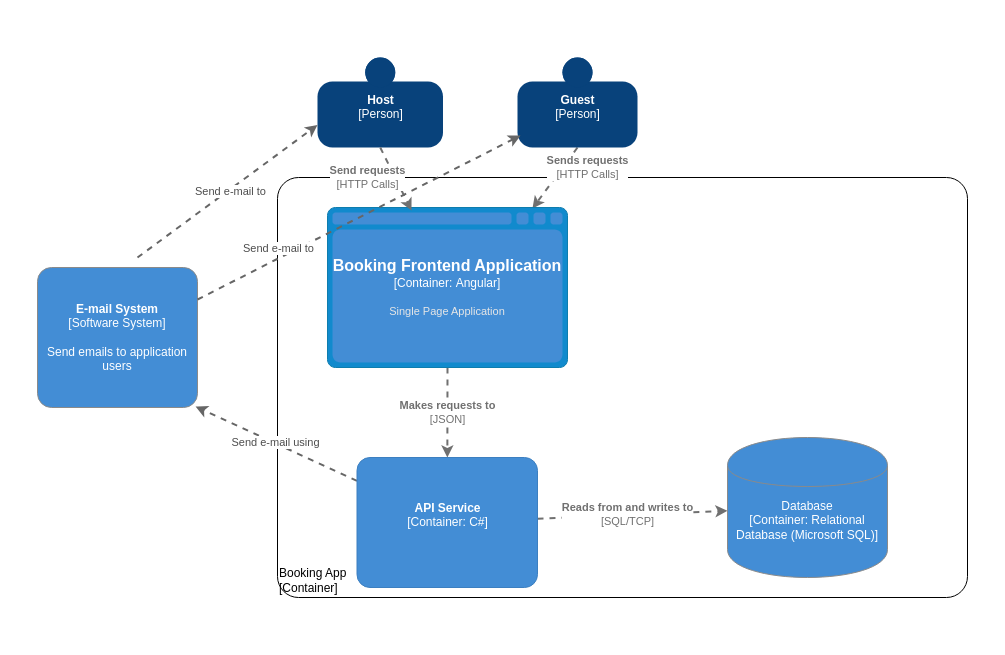
This is page "C4 Container" (2 of 5) of c4 diagram.drawio from djordjekrsmanovic/modular_monolith, a draw.io file, before an edit. Source tidied: cells renumbered, new cells numbered last; positions are measured from the earlier drawing's top-left corner, leaving out a move shared by most shapes. Both pictures are drawn from the tidied source at 100%, with x=0, y=0 at pixel (37, 57).
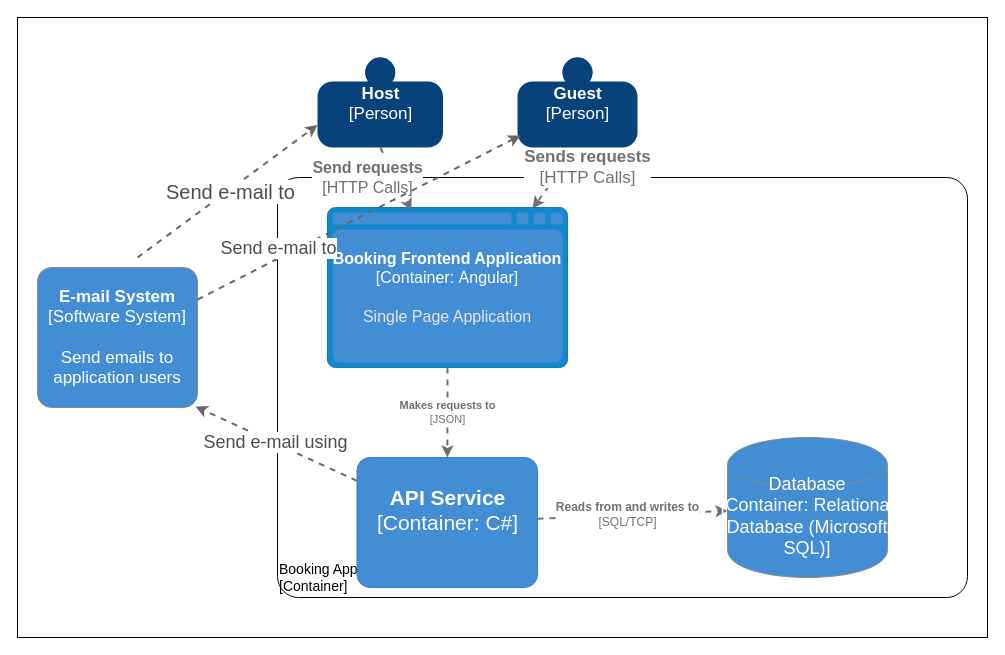
After the change.

Unchanged cells that the change refers to:
```xml
<mxCell id="3" style="edgeStyle=none;rounded=0;jettySize=auto;html=1;dashed=1;strokeColor=#666666;strokeWidth=2;fillColor=#f5f5f5;entryX=0.988;entryY=0.993;entryDx=0;entryDy=0;entryPerimeter=0;" parent="1" edge="1" source="9" target="14">
  <mxGeometry relative="1" as="geometry" />
</mxCell>
<mxCell id="15" style="edgeStyle=none;rounded=0;jettySize=auto;html=1;dashed=1;strokeColor=#666666;strokeWidth=2;fillColor=#f5f5f5;entryX=0;entryY=0.75;entryDx=0;entryDy=0;entryPerimeter=0;" parent="1" edge="1" target="10">
  <mxGeometry relative="1" as="geometry">
    <mxPoint x="100" y="200" as="sourcePoint" />
  </mxGeometry>
</mxCell>
<mxCell id="17" style="edgeStyle=none;rounded=0;jettySize=auto;html=1;dashed=1;strokeColor=#666666;strokeWidth=2;fillColor=#f5f5f5;entryX=0.025;entryY=0.867;entryDx=0;entryDy=0;entryPerimeter=0;" parent="1" edge="1" target="11">
  <mxGeometry relative="1" as="geometry">
    <mxPoint x="160" y="242" as="sourcePoint" />
  </mxGeometry>
</mxCell>
```

The edit, as a diff of the source:
```diff
@@
+    <mxCell id="19" style="rounded=0;whiteSpace=wrap;html=1;" parent="1" vertex="1">
+      <mxGeometry x="-20" y="-40" width="970" height="620" as="geometry" />
+    </mxCell>
-    <object id="2" label="&lt;div style=&quot;text-align: left&quot;&gt;%c4Name%&lt;/div&gt;&lt;div style=&quot;text-align: left&quot;&gt;[%c4Application%]&lt;/div&gt;" c4Application="Container" c4Name="Booking App" placeholders="1">
-      <mxCell style="rounded=1;whiteSpace=wrap;html=1;labelBackgroundColor=none;fillColor=#ffffff;fontColor=#000000;align=left;arcSize=5;strokeColor=#000000;verticalAlign=bottom;metaData={&quot;c4Type&quot;:{&quot;editable&quot;:false}};" parent="1" vertex="1">
+    <object id="2" label="&lt;div style=&quot;text-align: left; font-size: 14px;&quot;&gt;%c4Name%&lt;/div&gt;&lt;div style=&quot;text-align: left; font-size: 14px;&quot;&gt;[%c4Application%]&lt;/div&gt;" c4Application="Container" c4Name="Booking App" placeholders="1">
+      <mxCell style="rounded=1;whiteSpace=wrap;html=1;labelBackgroundColor=none;fillColor=#ffffff;fontColor=#000000;align=left;arcSize=5;strokeColor=#000000;verticalAlign=bottom;metaData={&quot;c4Type&quot;:{&quot;editable&quot;:false}};fontSize=14;" parent="1" vertex="1">
         <mxGeometry x="240" y="120" width="690" height="420" as="geometry" />
       </mxCell>
     </object>
@@
-    <mxCell id="4" value="Send e-mail using" style="edgeLabel;html=1;align=center;verticalAlign=middle;fontColor=#4D4D4D;" parent="3" vertex="1">
+    <mxCell id="4" value="Send e-mail using" style="edgeLabel;html=1;align=center;verticalAlign=middle;fontColor=#4D4D4D;fontSize=18;" parent="3" vertex="1">
       <mxGeometry x="0.02" y="-1" relative="1" as="geometry" />
     </mxCell>
-    <object id="5" label="&lt;div style=&quot;text-align: left&quot;&gt;&lt;div style=&quot;text-align: center&quot;&gt;&lt;b&gt;%c4Description%&lt;/b&gt;&lt;/div&gt;&lt;div style=&quot;text-align: center&quot;&gt;[%c4Technology%]&lt;/div&gt;&lt;/div&gt;" c4Description="Reads from and writes to" c4Technology="SQL/TCP" placeholders="1">
-      <mxCell style="edgeStyle=none;rounded=0;html=1;jettySize=auto;strokeColor=#707070;strokeWidth=2;fontColor=#707070;jumpStyle=none;dashed=1;metaData={&quot;c4Type&quot;:{&quot;editable&quot;:false}};" parent="1" edge="1" source="9" target="6">
+    <object id="5" label="&lt;div style=&quot;text-align: left; font-size: 12px;&quot;&gt;&lt;div style=&quot;text-align: center; font-size: 12px;&quot;&gt;&lt;b style=&quot;font-size: 12px;&quot;&gt;%c4Description%&lt;/b&gt;&lt;/div&gt;&lt;div style=&quot;text-align: center; font-size: 12px;&quot;&gt;[%c4Technology%]&lt;/div&gt;&lt;/div&gt;" c4Description="Reads from and writes to" c4Technology="SQL/TCP" placeholders="1">
+      <mxCell style="edgeStyle=none;rounded=0;html=1;jettySize=auto;strokeColor=#707070;strokeWidth=2;fontColor=#707070;jumpStyle=none;dashed=1;metaData={&quot;c4Type&quot;:{&quot;editable&quot;:false}};fontSize=12;" parent="1" edge="1" source="9" target="6">
         <mxGeometry x="-0.05" relative="1" as="geometry" />
       </mxCell>
     </object>
-    <object id="6" label="%c4Type%&lt;div style=&quot;font-size: 12px;&quot;&gt;[Container:&amp;nbsp;%c4Technology%]&lt;/div&gt;&lt;br style=&quot;font-size: 12px;&quot;&gt;&lt;div style=&quot;font-size: 12px;&quot;&gt;%c4Description%&lt;/div&gt;" c4Description="" c4Technology="Relational Database (Microsoft SQL)" c4Type="Database" placeholders="1">
-      <mxCell style="shape=cylinder;whiteSpace=wrap;html=1;boundedLbl=1;rounded=1;labelBackgroundColor=none;fillColor=#438DD5;fontSize=12;fontColor=#ffffff;align=center;strokeColor=#8A8A8A;points=[[0.5,0,0],[1,0.25,0],[1,0.5,0],[1,0.75,0],[0.5,1,0],[0,0.75,0],[0,0.5,0],[0,0.25,0]];metaData={&quot;c4Type&quot;:{&quot;editable&quot;:false}};arcSize=10;" parent="1" vertex="1">
+    <object id="6" label="%c4Type%&lt;div style=&quot;font-size: 18px;&quot;&gt;[Container:&amp;nbsp;%c4Technology%]&lt;/div&gt;&lt;br style=&quot;font-size: 18px;&quot;&gt;&lt;div style=&quot;font-size: 18px;&quot;&gt;%c4Description%&lt;/div&gt;" c4Description="" c4Technology="Relational Database (Microsoft SQL)" c4Type="Database" placeholders="1">
+      <mxCell style="shape=cylinder;whiteSpace=wrap;html=1;boundedLbl=1;rounded=1;labelBackgroundColor=none;fillColor=#438DD5;fontSize=18;fontColor=#ffffff;align=center;strokeColor=#8A8A8A;points=[[0.5,0,0],[1,0.25,0],[1,0.5,0],[1,0.75,0],[0.5,1,0],[0,0.75,0],[0,0.5,0],[0,0.25,0]];metaData={&quot;c4Type&quot;:{&quot;editable&quot;:false}};arcSize=10;" parent="1" vertex="1">
         <mxGeometry x="690" y="380" width="160" height="140" as="geometry" />
       </mxCell>
     </object>
@@
-    <object id="8" label="&lt;div style=&quot;text-align: left&quot;&gt;&lt;div style=&quot;text-align: center&quot;&gt;&lt;b&gt;%c4Description%&lt;/b&gt;&lt;/div&gt;&lt;div style=&quot;text-align: center&quot;&gt;[%c4Technology%]&lt;/div&gt;&lt;/div&gt;" c4Description="Sends requests" c4Technology="HTTP Calls" placeholders="1">
-      <mxCell style="edgeStyle=none;rounded=0;html=1;jettySize=auto;strokeColor=#707070;strokeWidth=2;fontColor=#707070;jumpStyle=none;dashed=1;metaData={&quot;c4Type&quot;:{&quot;editable&quot;:false}};exitX=0.5;exitY=1;exitDx=0;exitDy=0;exitPerimeter=0;entryX=0.854;entryY=0.006;entryDx=0;entryDy=0;entryPerimeter=0;" parent="1" edge="1" source="11" target="12">
+    <object id="8" label="&lt;div style=&quot;text-align: left; font-size: 17px;&quot;&gt;&lt;div style=&quot;text-align: center; font-size: 17px;&quot;&gt;&lt;b style=&quot;font-size: 17px;&quot;&gt;%c4Description%&lt;/b&gt;&lt;/div&gt;&lt;div style=&quot;text-align: center; font-size: 17px;&quot;&gt;[%c4Technology%]&lt;/div&gt;&lt;/div&gt;" c4Description="Sends requests" c4Technology="HTTP Calls" placeholders="1">
+      <mxCell style="edgeStyle=none;rounded=0;html=1;jettySize=auto;strokeColor=#707070;strokeWidth=2;fontColor=#707070;jumpStyle=none;dashed=1;metaData={&quot;c4Type&quot;:{&quot;editable&quot;:false}};exitX=0.5;exitY=1;exitDx=0;exitDy=0;exitPerimeter=0;entryX=0.854;entryY=0.006;entryDx=0;entryDy=0;entryPerimeter=0;fontSize=17;" parent="1" edge="1" source="11" target="12">
         <mxGeometry x="-0.73" y="20" relative="1" as="geometry" />
       </mxCell>
     </object>
-    <object id="9" label="&lt;b&gt;%c4Name%&lt;/b&gt;&lt;div&gt;[%c4Type%: %c4Technology%]&lt;/div&gt;&lt;br&gt;&lt;div&gt;%c4Description%&lt;/div&gt;" c4Description="" c4Name="API Service" c4Technology="C#" c4Type="Container" placeholders="1">
-      <mxCell style="rounded=1;whiteSpace=wrap;html=1;labelBackgroundColor=none;fillColor=#438DD5;fontColor=#ffffff;align=center;arcSize=10;strokeColor=#3C7FC0;metaData={&quot;c4Type&quot;:{&quot;editable&quot;:false}};points=[[0.25,0,0],[0.5,0,0],[0.75,0,0],[1,0.25,0],[1,0.5,0],[1,0.75,0],[0.75,1,0],[0.5,1,0],[0.25,1,0],[0,0.75,0],[0,0.5,0],[0,0.25,0]];" parent="1" vertex="1">
+    <object id="9" label="&lt;b style=&quot;font-size: 21px;&quot;&gt;%c4Name%&lt;/b&gt;&lt;div style=&quot;font-size: 21px;&quot;&gt;[%c4Type%: %c4Technology%]&lt;/div&gt;&lt;br style=&quot;font-size: 21px;&quot;&gt;&lt;div style=&quot;font-size: 21px;&quot;&gt;%c4Description%&lt;/div&gt;" c4Description="" c4Name="API Service" c4Technology="C#" c4Type="Container" placeholders="1">
+      <mxCell style="rounded=1;whiteSpace=wrap;html=1;labelBackgroundColor=none;fillColor=#438DD5;fontColor=#ffffff;align=center;arcSize=10;strokeColor=#3C7FC0;metaData={&quot;c4Type&quot;:{&quot;editable&quot;:false}};points=[[0.25,0,0],[0.5,0,0],[0.75,0,0],[1,0.25,0],[1,0.5,0],[1,0.75,0],[0.75,1,0],[0.5,1,0],[0.25,1,0],[0,0.75,0],[0,0.5,0],[0,0.25,0]];fontSize=21;" parent="1" vertex="1">
         <mxGeometry x="319.5" y="400" width="180.5" height="130" as="geometry" />
       </mxCell>
     </object>
-    <object id="10" label="&lt;b&gt;%c4Name%&lt;/b&gt;&lt;div&gt;[%c4Type%]&lt;/div&gt;&lt;br&gt;&lt;div&gt;%c4Description%&lt;/div&gt;" c4Description="" c4Name="Host" c4Type="Person" placeholders="1">
-      <mxCell style="html=1;dashed=0;whitespace=wrap;fillColor=#08427b;strokeColor=none;fontColor=#ffffff;shape=mxgraph.c4.person;align=center;points=[[0.5,0,0],[1,0.5,0],[1,0.75,0],[0.75,1,0],[0.5,1,0],[0.25,1,0],[0,0.75,0],[0,0.5,0]];metaData={&quot;c4Type&quot;:{&quot;editable&quot;:false}};" parent="1" vertex="1">
+    <object id="10" label="&lt;b style=&quot;font-size: 17px;&quot;&gt;%c4Name%&lt;/b&gt;&lt;div style=&quot;font-size: 17px;&quot;&gt;[%c4Type%]&lt;/div&gt;&lt;br style=&quot;font-size: 17px;&quot;&gt;&lt;div style=&quot;font-size: 17px;&quot;&gt;%c4Description%&lt;/div&gt;" c4Description="" c4Name="Host" c4Type="Person" placeholders="1">
+      <mxCell style="html=1;dashed=0;whitespace=wrap;fillColor=#08427b;strokeColor=none;fontColor=#ffffff;shape=mxgraph.c4.person;align=center;points=[[0.5,0,0],[1,0.5,0],[1,0.75,0],[0.75,1,0],[0.5,1,0],[0.25,1,0],[0,0.75,0],[0,0.5,0]];metaData={&quot;c4Type&quot;:{&quot;editable&quot;:false}};fontSize=17;" parent="1" vertex="1">
         <mxGeometry x="280" width="125.5" height="90" as="geometry" />
       </mxCell>
     </object>
-    <object id="11" label="&lt;b&gt;%c4Name%&lt;/b&gt;&lt;div&gt;[%c4Type%]&lt;/div&gt;&lt;br&gt;&lt;div&gt;%c4Description%&lt;/div&gt;" c4Description="" c4Name="Guest" c4Type="Person" placeholders="1">
-      <mxCell style="html=1;dashed=0;whitespace=wrap;fillColor=#08427b;strokeColor=none;fontColor=#ffffff;shape=mxgraph.c4.person;align=center;points=[[0.5,0,0],[1,0.5,0],[1,0.75,0],[0.75,1,0],[0.5,1,0],[0.25,1,0],[0,0.75,0],[0,0.5,0]];metaData={&quot;c4Type&quot;:{&quot;editable&quot;:false}};" parent="1" vertex="1">
+    <object id="11" label="&lt;b style=&quot;font-size: 17px;&quot;&gt;%c4Name%&lt;/b&gt;&lt;div style=&quot;font-size: 17px;&quot;&gt;[%c4Type%]&lt;/div&gt;&lt;br style=&quot;font-size: 17px;&quot;&gt;&lt;div style=&quot;font-size: 17px;&quot;&gt;%c4Description%&lt;/div&gt;" c4Description="" c4Name="Guest" c4Type="Person" placeholders="1">
+      <mxCell style="html=1;dashed=0;whitespace=wrap;fillColor=#08427b;strokeColor=none;fontColor=#ffffff;shape=mxgraph.c4.person;align=center;points=[[0.5,0,0],[1,0.5,0],[1,0.75,0],[0.75,1,0],[0.5,1,0],[0.25,1,0],[0,0.75,0],[0,0.5,0]];metaData={&quot;c4Type&quot;:{&quot;editable&quot;:false}};fontSize=17;" parent="1" vertex="1">
         <mxGeometry x="480" width="120" height="90" as="geometry" />
       </mxCell>
     </object>
-    <object id="12" label="&lt;font style=&quot;font-size: 16px&quot;&gt;&lt;b&gt;%c4Name%&lt;/b&gt;&lt;/font&gt;&lt;div&gt;[%c4Type%:&amp;nbsp;%c4Technology%]&lt;/div&gt;&lt;br&gt;&lt;div&gt;&lt;font style=&quot;font-size: 11px&quot;&gt;&lt;font color=&quot;#E6E6E6&quot;&gt;%c4Description%&lt;/font&gt;&lt;/div&gt;" c4Description="Single Page Application" c4Name="Booking Frontend Application" c4Technology="Angular" c4Type="Container" placeholders="1">
-      <mxCell style="shape=mxgraph.c4.webBrowserContainer2;whiteSpace=wrap;html=1;boundedLbl=1;rounded=0;labelBackgroundColor=none;strokeColor=#118ACD;fillColor=#438DD5;strokeColor=#118ACD;strokeColor2=#0E7DAD;fontSize=12;fontColor=#ffffff;align=center;points=[[0.5,0,0],[1,0.25,0],[1,0.5,0],[1,0.75,0],[0.5,1,0],[0,0.75,0],[0,0.5,0],[0,0.25,0]];" parent="1" vertex="1">
+    <object id="12" label="&lt;font style=&quot;font-size: 16px;&quot;&gt;&lt;b style=&quot;font-size: 16px;&quot;&gt;%c4Name%&lt;/b&gt;&lt;/font&gt;&lt;div style=&quot;font-size: 16px;&quot;&gt;[%c4Type%:&amp;nbsp;%c4Technology%]&lt;/div&gt;&lt;br style=&quot;font-size: 16px;&quot;&gt;&lt;div style=&quot;font-size: 16px;&quot;&gt;&lt;font style=&quot;font-size: 16px;&quot;&gt;&lt;font style=&quot;font-size: 16px;&quot; color=&quot;#E6E6E6&quot;&gt;%c4Description%&lt;/font&gt;&lt;/font&gt;&lt;/div&gt;" c4Description="Single Page Application" c4Name="Booking Frontend Application" c4Technology="Angular" c4Type="Container" placeholders="1">
+      <mxCell style="shape=mxgraph.c4.webBrowserContainer2;whiteSpace=wrap;html=1;boundedLbl=1;rounded=0;labelBackgroundColor=none;strokeColor=#118ACD;fillColor=#438DD5;strokeColor=#118ACD;strokeColor2=#0E7DAD;fontSize=16;fontColor=#ffffff;align=center;points=[[0.5,0,0],[1,0.25,0],[1,0.5,0],[1,0.75,0],[0.5,1,0],[0,0.75,0],[0,0.5,0],[0,0.25,0]];" parent="1" vertex="1">
         <mxGeometry x="290" y="150" width="240" height="160" as="geometry" />
       </mxCell>
     </object>
-    <object id="13" label="&lt;div style=&quot;text-align: left&quot;&gt;&lt;div style=&quot;text-align: center&quot;&gt;&lt;b&gt;%c4Description%&lt;/b&gt;&lt;/div&gt;&lt;div style=&quot;text-align: center&quot;&gt;[%c4Technology%]&lt;/div&gt;&lt;/div&gt;" c4Description="Send requests" c4Technology="HTTP Calls" placeholders="1">
-      <mxCell style="edgeStyle=none;rounded=0;html=1;jettySize=auto;strokeColor=#707070;strokeWidth=2;fontColor=#707070;jumpStyle=none;dashed=1;metaData={&quot;c4Type&quot;:{&quot;editable&quot;:false}};exitX=0.5;exitY=1;exitDx=0;exitDy=0;exitPerimeter=0;entryX=0.35;entryY=0.019;entryDx=0;entryDy=0;entryPerimeter=0;" parent="1" edge="1" source="10" target="12">
+    <object id="13" label="&lt;div style=&quot;text-align: left; font-size: 16px;&quot;&gt;&lt;div style=&quot;text-align: center; font-size: 16px;&quot;&gt;&lt;b style=&quot;font-size: 16px;&quot;&gt;%c4Description%&lt;/b&gt;&lt;/div&gt;&lt;div style=&quot;text-align: center; font-size: 16px;&quot;&gt;[%c4Technology%]&lt;/div&gt;&lt;/div&gt;" c4Description="Send requests" c4Technology="HTTP Calls" placeholders="1">
+      <mxCell style="edgeStyle=none;rounded=0;html=1;jettySize=auto;strokeColor=#707070;strokeWidth=2;fontColor=#707070;jumpStyle=none;dashed=1;metaData={&quot;c4Type&quot;:{&quot;editable&quot;:false}};exitX=0.5;exitY=1;exitDx=0;exitDy=0;exitPerimeter=0;entryX=0.35;entryY=0.019;entryDx=0;entryDy=0;entryPerimeter=0;fontSize=16;" parent="1" edge="1" source="10" target="12">
         <mxGeometry x="-0.4" y="-25" relative="1" as="geometry" />
       </mxCell>
     </object>
-    <object id="14" label="&lt;b&gt;%c4Name%&lt;/b&gt;&lt;div&gt;[%c4Type%]&lt;/div&gt;&lt;br&gt;&lt;div&gt;%c4Description%&lt;/div&gt;" c4Description="Send emails to application users" c4Name="E-mail System" c4Type="Software System" placeholders="1">
-      <mxCell style="rounded=1;whiteSpace=wrap;html=1;labelBackgroundColor=none;fillColor=#438DD5;fontColor=#ffffff;align=center;arcSize=10;strokeColor=#8A8A8A;metaData={&quot;c4Type&quot;:{&quot;editable&quot;:false}};points=[[0.25,0,0],[0.5,0,0],[0.75,0,0],[1,0.25,0],[1,0.5,0],[1,0.75,0],[0.75,1,0],[0.5,1,0],[0.25,1,0],[0,0.75,0],[0,0.5,0],[0,0.25,0]];" parent="1" vertex="1">
+    <object id="14" label="&lt;b style=&quot;font-size: 17px;&quot;&gt;%c4Name%&lt;/b&gt;&lt;div style=&quot;font-size: 17px;&quot;&gt;[%c4Type%]&lt;/div&gt;&lt;br style=&quot;font-size: 17px;&quot;&gt;&lt;div style=&quot;font-size: 17px;&quot;&gt;%c4Description%&lt;/div&gt;" c4Description="Send emails to application users" c4Name="E-mail System" c4Type="Software System" placeholders="1">
+      <mxCell style="rounded=1;whiteSpace=wrap;html=1;labelBackgroundColor=none;fillColor=#438DD5;fontColor=#ffffff;align=center;arcSize=10;strokeColor=#8A8A8A;metaData={&quot;c4Type&quot;:{&quot;editable&quot;:false}};points=[[0.25,0,0],[0.5,0,0],[0.75,0,0],[1,0.25,0],[1,0.5,0],[1,0.75,0],[0.75,1,0],[0.5,1,0],[0.25,1,0],[0,0.75,0],[0,0.5,0],[0,0.25,0]];fontSize=17;" parent="1" vertex="1">
         <mxGeometry y="210" width="160" height="140" as="geometry" />
       </mxCell>
     </object>
@@
-    <mxCell id="16" value="Send e-mail to" style="edgeLabel;html=1;align=center;verticalAlign=middle;fontColor=#4D4D4D;" parent="15" vertex="1">
+    <mxCell id="16" value="Send e-mail to" style="edgeLabel;html=1;align=center;verticalAlign=middle;fontColor=#4D4D4D;fontSize=20;labelBackgroundColor=default;" parent="15" vertex="1">
       <mxGeometry x="0.02" y="-1" relative="1" as="geometry" />
     </mxCell>
@@
-    <mxCell id="18" value="Send e-mail to" style="edgeLabel;html=1;align=center;verticalAlign=middle;fontColor=#4D4D4D;" parent="17" vertex="1">
+    <mxCell id="18" value="Send e-mail to" style="edgeLabel;html=1;align=center;verticalAlign=middle;fontColor=#4D4D4D;fontSize=18;" parent="17" vertex="1">
       <mxGeometry x="0.02" y="-1" relative="1" as="geometry">
         <mxPoint x="-85" y="31" as="offset" />
       </mxGeometry>
     </mxCell>
```
